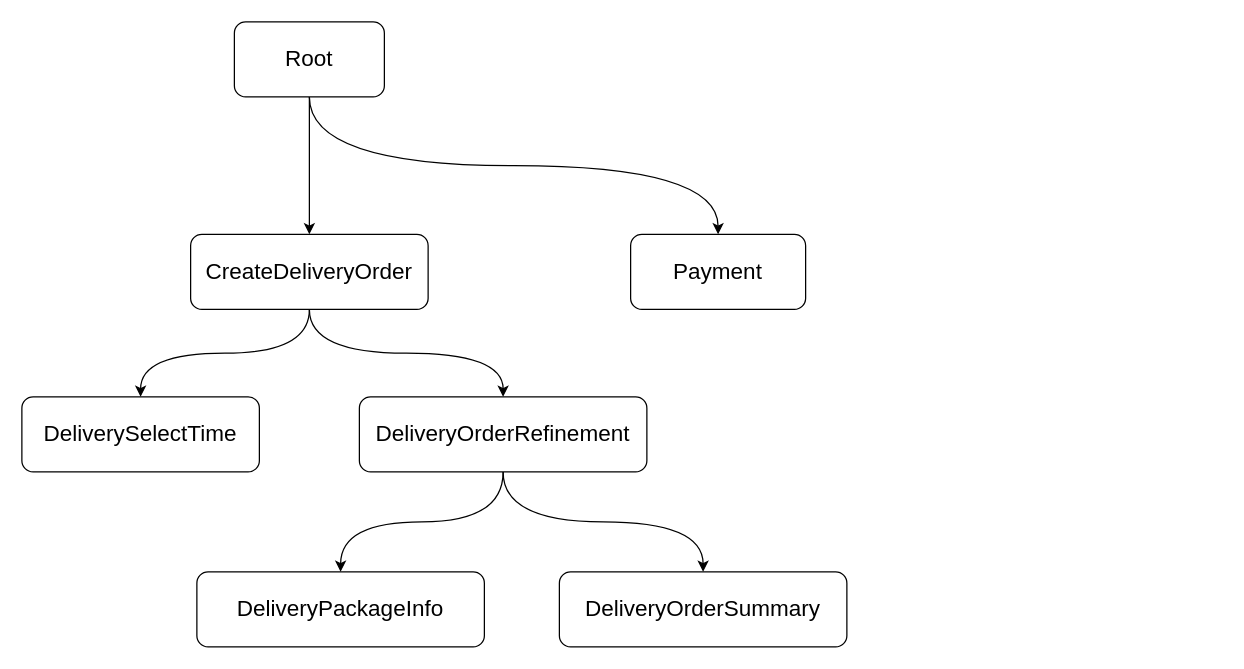
The draw.io diagram arts/rib-tree.drawio in jaychang0917/ribs-navigation, before the edit. Source tidied: cells renumbered, new cells numbered last; positions are measured from the earlier drawing's top-left corner, leaving out a move shared by most shapes. Both pictures are drawn from the tidied source at 125%, with x=0, y=0 at pixel (21, 21).
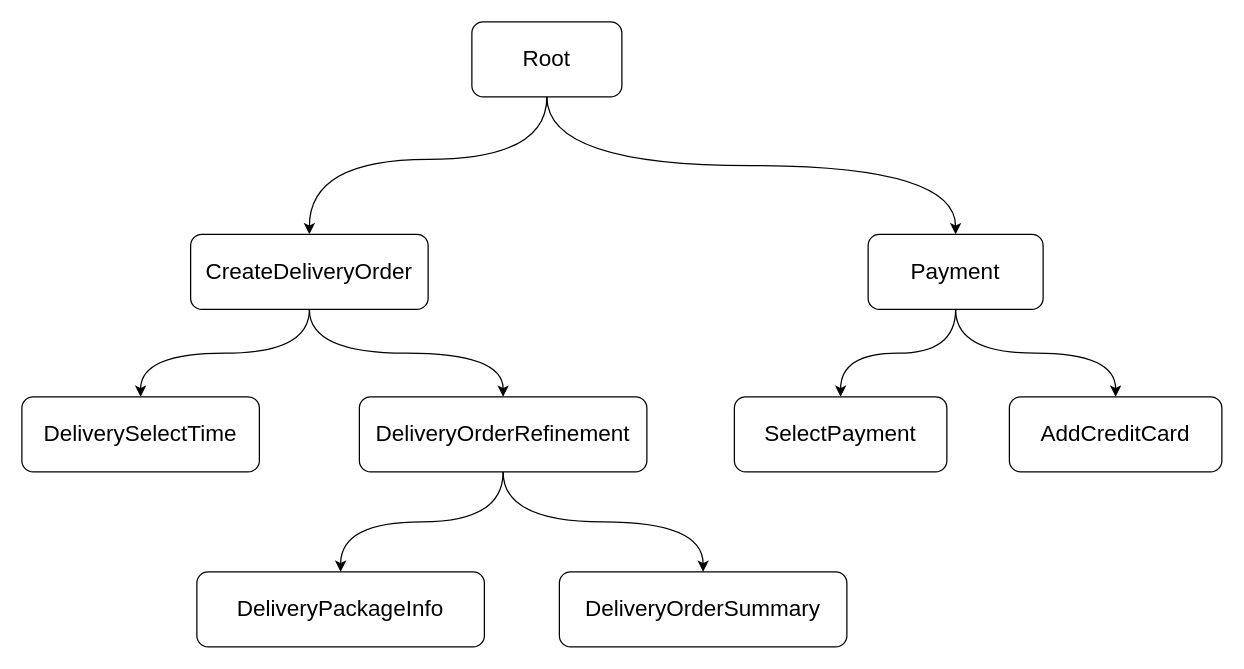
The same diagram, later.

Commit message (it also covers changes not shown here):
Add rib-tree image

The change refers to these unchanged cells:
```xml
<mxCell id="7" value="&lt;font style=&quot;font-size: 18px&quot;&gt;CreateDeliveryOrder&lt;/font&gt;" style="rounded=1;whiteSpace=wrap;html=1;" parent="1" vertex="1">
  <mxGeometry x="135" y="170" width="190" height="60" as="geometry" />
</mxCell>
```

The edit, as a diff of the source:
```diff
@@
-    <mxCell id="2" style="edgeStyle=orthogonalEdgeStyle;rounded=0;jettySize=auto;html=1;entryX=0.5;entryY=0;entryDx=0;entryDy=0;" parent="1" edge="1" source="4" target="7">
-      <mxGeometry relative="1" as="geometry" />
+    <mxCell id="2" style="edgeStyle=orthogonalEdgeStyle;rounded=0;jettySize=auto;html=1;entryX=0.5;entryY=0;entryDx=0;entryDy=0;curved=1;" parent="1" edge="1" source="4" target="7">
+      <mxGeometry relative="1" as="geometry">
+        <Array as="points">
+          <mxPoint x="420" y="110" />
+          <mxPoint x="230" y="110" />
+        </Array>
+      </mxGeometry>
     </mxCell>
@@
     <mxCell id="4" value="&lt;font style=&quot;font-size: 18px&quot;&gt;Root&lt;/font&gt;" style="rounded=1;whiteSpace=wrap;html=1;" parent="1" vertex="1">
-      <mxGeometry x="170" width="120" height="60" as="geometry" />
+      <mxGeometry x="360" width="120" height="60" as="geometry" />
     </mxCell>
@@
+    <mxCell id="15" style="edgeStyle=orthogonalEdgeStyle;curved=1;rounded=0;jettySize=auto;html=1;" parent="1" edge="1" source="8" target="17">
+      <mxGeometry relative="1" as="geometry" />
+    </mxCell>
+    <mxCell id="16" style="edgeStyle=orthogonalEdgeStyle;curved=1;rounded=0;jettySize=auto;html=1;" parent="1" edge="1" source="8" target="18">
+      <mxGeometry relative="1" as="geometry" />
+    </mxCell>
     <mxCell id="8" value="&lt;font style=&quot;font-size: 18px&quot;&gt;Payment&lt;/font&gt;" style="rounded=1;whiteSpace=wrap;html=1;" parent="1" vertex="1">
-      <mxGeometry x="487" y="170" width="140" height="60" as="geometry" />
+      <mxGeometry x="677" y="170" width="140" height="60" as="geometry" />
     </mxCell>
@@
+    <mxCell id="17" value="&lt;font style=&quot;font-size: 18px&quot;&gt;SelectPayment&lt;/font&gt;" style="rounded=1;whiteSpace=wrap;html=1;" parent="1" vertex="1">
+      <mxGeometry x="570" y="300" width="170" height="60" as="geometry" />
+    </mxCell>
+    <mxCell id="18" value="&lt;font style=&quot;font-size: 18px&quot;&gt;AddCreditCard&lt;/font&gt;" style="rounded=1;whiteSpace=wrap;html=1;" parent="1" vertex="1">
+      <mxGeometry x="790" y="300" width="170" height="60" as="geometry" />
+    </mxCell>
```
